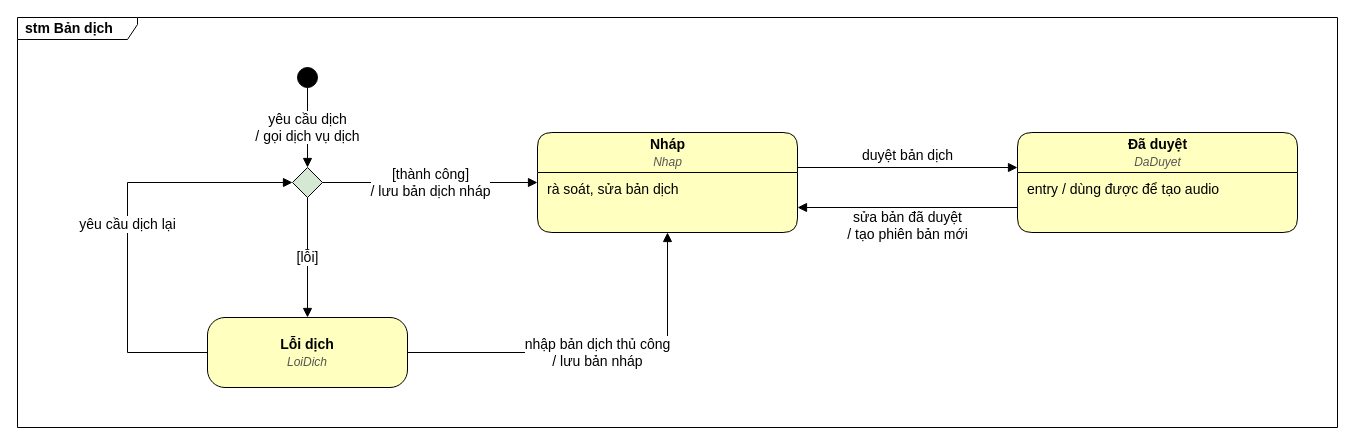
Above: page "STM PH5 Bản dịch" (9 of 11) of docs/DongNamTrip_StateMachine.drawio in K-sewii/tour-booking-management-system (draw.io), before the change. Source tidied: cells renumbered, new cells numbered last; positions are measured from the earlier drawing's top-left corner, leaving out a move shared by most shapes. Both pictures are drawn from the tidied source at 100%, with x=0, y=0 at pixel (17, 17).
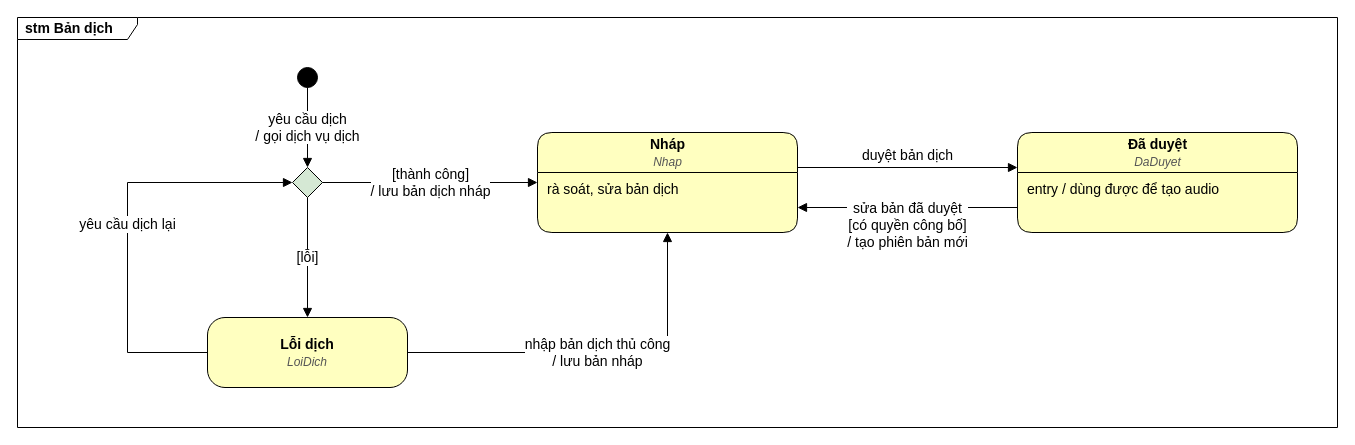
After the change.

Commit message (it also covers changes not shown here):
docs: UC23 thêm trường hợp chưa tới thời gian nghe, STM bản dịch ghi điều kiện quyền công bố

- DongNamTrip_USECASE.xlsx: UC23 luồng 4.1 và QT08 (báo ngày bắt đầu theo giờ VN, không báo hết hạn); Change History v1.7.
- DongNamTrip_StateMachine.drawio: STM PH5 Bản dịch, mũi tên Đã duyệt -> Nháp thêm [có quyền công bố].

The change refers to these unchanged cells:
```xml
<mxCell id="5" value="&lt;b&gt;Nháp&lt;/b&gt;&lt;br&gt;&lt;i&gt;&lt;font style=&quot;font-size: 12px;&quot; color=&quot;#555555&quot;&gt;Nhap&lt;/font&gt;&lt;/i&gt;" style="swimlane;rounded=1;arcSize=12;html=1;startSize=40;fillColor=#FFFFC0;swimlaneFillColor=#FFFFC0;strokeColor=#000000;fontStyle=0;fontSize=14;" parent="1" vertex="1">
  <mxGeometry x="520" y="115" width="260" height="100" as="geometry" />
</mxCell>
<mxCell id="8" value="&lt;b&gt;Đã duyệt&lt;/b&gt;&lt;br&gt;&lt;i&gt;&lt;font style=&quot;font-size: 12px;&quot; color=&quot;#555555&quot;&gt;DaDuyet&lt;/font&gt;&lt;/i&gt;" style="swimlane;rounded=1;arcSize=12;html=1;startSize=40;fillColor=#FFFFC0;swimlaneFillColor=#FFFFC0;strokeColor=#000000;fontStyle=0;fontSize=14;" parent="1" vertex="1">
  <mxGeometry x="1000" y="115" width="280" height="100" as="geometry" />
</mxCell>
```

Change to the diagram source:
```diff
@@
-    <mxCell id="15" value="sửa bản đã duyệt&lt;br&gt;/ tạo phiên bản mới" style="html=1;endArrow=block;endFill=1;endSize=7;strokeColor=#000000;rounded=0;fontSize=14;labelBackgroundColor=#FFFFFF;edgeStyle=none;exitX=0;exitY=0.75;exitDx=0;exitDy=0;entryX=1;entryY=0.75;entryDx=0;entryDy=0;" parent="1" edge="1" source="8" target="5">
+    <mxCell id="15" value="sửa bản đã duyệt&lt;br&gt;[có quyền công bố]&lt;br&gt;/ tạo phiên bản mới" style="html=1;endArrow=block;endFill=1;endSize=7;strokeColor=#000000;rounded=0;fontSize=14;labelBackgroundColor=#FFFFFF;edgeStyle=none;exitX=0;exitY=0.75;exitDx=0;exitDy=0;entryX=1;entryY=0.75;entryDx=0;entryDy=0;" parent="1" edge="1" source="8" target="5">
       <mxGeometry relative="1" as="geometry">
         <mxPoint y="18" as="offset" />
       </mxGeometry>
     </mxCell>
```
